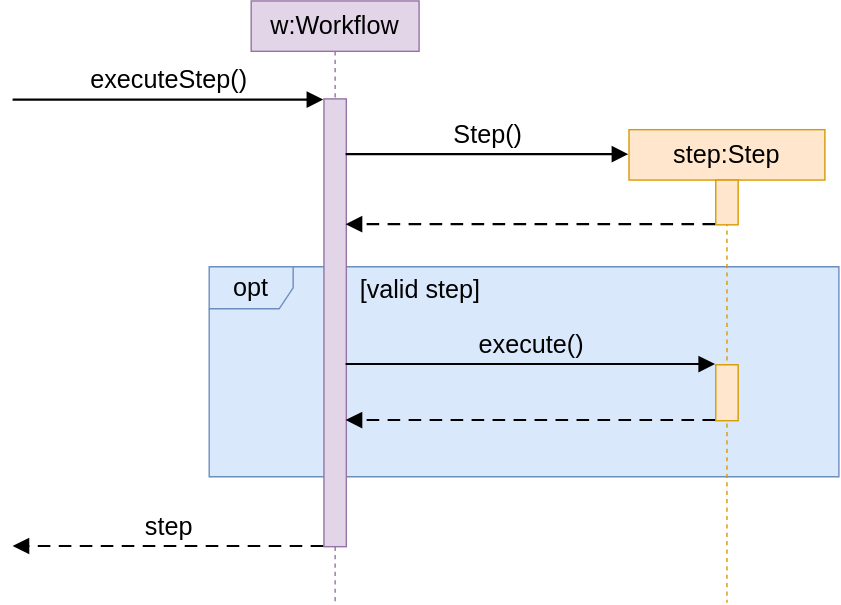
Earlier version of the draw.io export uml/sequenceDiagrams/introduction/images/workflow.svg (se-edu/se-book). Source tidied: cells renumbered, new cells last; positions are measured from the earlier drawing's top-left corner, leaving out a move shared by most shapes.
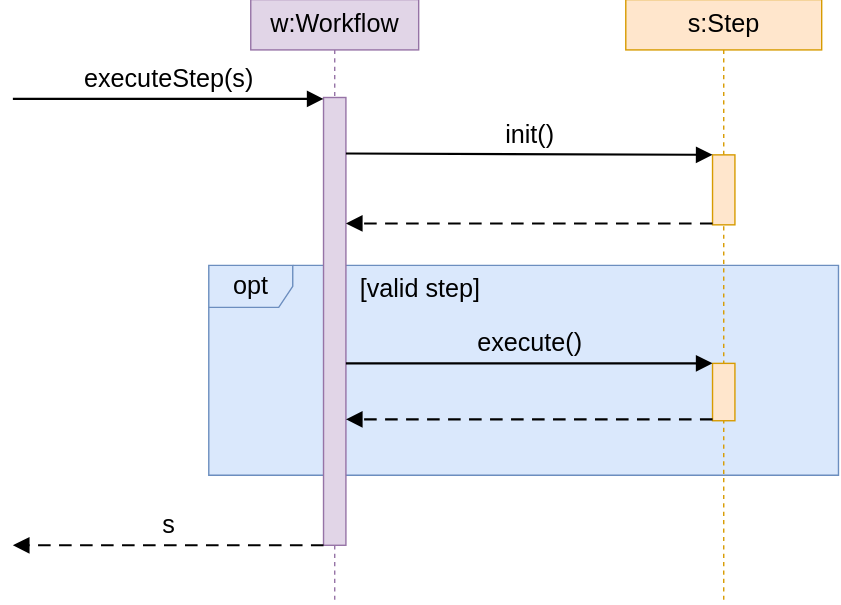
Later version of the same file.

Commit message:
uml/sd/what: Tweak example

Change to the diagram source:
```diff
@@ -14,38 +14,37 @@
     <mxCell id="5" style="html=1;points=[];perimeter=orthogonalPerimeter;outlineConnect=0;targetShapes=umlLifeline;portConstraint=eastwest;fillColor=#e1d5e7;strokeColor=#9673a6;" parent="4" vertex="1">
       <mxGeometry x="52" y="70" width="16" height="320" as="geometry" />
     </mxCell>
-    <mxCell id="6" value="step:Step" style="shape=umlLifeline;perimeter=lifelinePerimeter;whiteSpace=wrap;html=1;outlineConnect=0;portConstraint=eastwest;size=36;fillColor=#ffe6cc;strokeColor=#d79b00;fontColor=#000000;fontSize=18;fontFamily=Helvetica;" parent="1" vertex="1">
-      <mxGeometry x="440" y="92" width="140" height="338" as="geometry" />
+    <mxCell id="6" value="s:Step" style="shape=umlLifeline;perimeter=lifelinePerimeter;whiteSpace=wrap;html=1;outlineConnect=0;portConstraint=eastwest;size=36;fillColor=#ffe6cc;strokeColor=#d79b00;fontColor=#000000;fontSize=18;fontFamily=Helvetica;" parent="1" vertex="1">
+      <mxGeometry x="438" width="140" height="430" as="geometry" />
     </mxCell>
-    <mxCell id="7" style="html=1;points=[];perimeter=orthogonalPerimeter;outlineConnect=0;targetShapes=umlLifeline;portConstraint=eastwest;fillColor=#ffe6cc;strokeColor=#d79b00;" parent="6" vertex="1">
-      <mxGeometry x="62" y="36" width="16" height="32" as="geometry" />
-    </mxCell>
     <mxCell id="8" style="html=1;points=[];perimeter=orthogonalPerimeter;outlineConnect=0;targetShapes=umlLifeline;portConstraint=eastwest;fillColor=#ffe6cc;strokeColor=#d79b00;" parent="6" vertex="1">
-      <mxGeometry x="62" y="168" width="16" height="40" as="geometry" />
+      <mxGeometry x="62" y="260" width="16" height="41" as="geometry" />
     </mxCell>
+    <mxCell id="15" style="html=1;points=[];perimeter=orthogonalPerimeter;outlineConnect=0;targetShapes=umlLifeline;portConstraint=eastwest;fillColor=#ffe6cc;strokeColor=#d79b00;" parent="6" vertex="1">
+      <mxGeometry x="62" y="111" width="16" height="50" as="geometry" />
+    </mxCell>
-    <mxCell id="9" value="executeStep()" style="html=1;verticalAlign=bottom;labelBackgroundColor=none;endArrow=block;endFill=1;endSize=8;rounded=0;strokeColor=#000000;strokeWidth=1.5;fontColor=#000000;fontSize=18;fontFamily=Helvetica;entryX=0;entryY=0;entryDx=0;entryDy=10;entryPerimeter=0;" parent="1" edge="1">
+    <mxCell id="9" value="executeStep(s)" style="html=1;verticalAlign=bottom;labelBackgroundColor=none;endArrow=block;endFill=1;endSize=8;rounded=0;strokeColor=#000000;strokeWidth=1.5;fontColor=#000000;fontSize=18;fontFamily=Helvetica;entryX=0;entryY=0;entryDx=0;entryDy=10;entryPerimeter=0;" parent="1" edge="1">
       <mxGeometry relative="1" as="geometry">
         <mxPoint y="71" as="sourcePoint" />
         <mxPoint x="222" y="71" as="targetPoint" />
       </mxGeometry>
     </mxCell>
-    <mxCell id="10" value="Step()" style="html=1;verticalAlign=bottom;labelBackgroundColor=none;endArrow=block;endFill=1;endSize=8;rounded=0;strokeColor=#000000;strokeWidth=1.5;fontColor=#000000;fontSize=18;fontFamily=Helvetica;exitX=1;exitY=0;exitDx=0;exitDy=40;exitPerimeter=0;entryX=0;entryY=0;entryDx=0;entryDy=18;entryPerimeter=0;" parent="1" edge="1" source="5" target="6">
+    <mxCell id="10" value="init()" style="html=1;verticalAlign=bottom;labelBackgroundColor=none;endArrow=block;endFill=1;endSize=8;rounded=0;strokeColor=#000000;strokeWidth=1.5;fontColor=#000000;fontSize=18;fontFamily=Helvetica;exitX=1;exitY=0;exitDx=0;exitDy=40;exitPerimeter=0;" parent="1" edge="1" source="5" target="15">
       <mxGeometry relative="1" as="geometry" />
     </mxCell>
-    <mxCell id="11" style="html=1;verticalAlign=bottom;labelBackgroundColor=none;endArrow=block;endFill=1;endSize=8;rounded=0;strokeColor=#000000;strokeWidth=1.5;dashed=1;dashPattern=6 4;fontColor=#000000;fontSize=18;fontFamily=Helvetica;exitX=0;exitY=1;exitDx=0;exitDy=0;exitPerimeter=0;entryX=1;entryY=0;entryDx=0;entryDy=90;entryPerimeter=0;" parent="1" edge="1" source="7" target="5">
+    <mxCell id="11" style="html=1;verticalAlign=bottom;labelBackgroundColor=none;endArrow=block;endFill=1;endSize=8;rounded=0;strokeColor=#000000;strokeWidth=1.5;dashed=1;dashPattern=6 4;fontColor=#000000;fontSize=18;fontFamily=Helvetica;entryX=1;entryY=0;entryDx=0;entryDy=90;entryPerimeter=0;" parent="1" edge="1" source="15" target="5">
       <mxGeometry relative="1" as="geometry" />
     </mxCell>
     <mxCell id="12" value="execute()" style="html=1;verticalAlign=bottom;labelBackgroundColor=none;endArrow=block;endFill=1;endSize=8;rounded=0;strokeColor=#000000;strokeWidth=1.5;fontColor=#000000;fontSize=18;fontFamily=Helvetica;exitX=1;exitY=0;exitDx=0;exitDy=190;exitPerimeter=0;entryX=0;entryY=0;entryDx=0;entryDy=0;entryPerimeter=0;" parent="1" edge="1" source="5" target="8">
       <mxGeometry relative="1" as="geometry" />
     </mxCell>
-    <mxCell id="13" value="step" style="html=1;verticalAlign=bottom;labelBackgroundColor=none;endArrow=block;endFill=1;endSize=8;rounded=0;strokeColor=#000000;strokeWidth=1.5;dashed=1;dashPattern=6 4;fontColor=#000000;fontSize=18;fontFamily=Helvetica;exitX=0;exitY=1;exitDx=0;exitDy=0;exitPerimeter=0;" parent="1" edge="1" source="5">
+    <mxCell id="13" value="s" style="html=1;verticalAlign=bottom;labelBackgroundColor=none;endArrow=block;endFill=1;endSize=8;rounded=0;strokeColor=#000000;strokeWidth=1.5;dashed=1;dashPattern=6 4;fontColor=#000000;fontSize=18;fontFamily=Helvetica;exitX=0;exitY=1;exitDx=0;exitDy=0;exitPerimeter=0;" parent="1" edge="1" source="5">
       <mxGeometry relative="1" as="geometry">
         <mxPoint y="390" as="targetPoint" />
       </mxGeometry>
     </mxCell>
-    <mxCell id="14" style="html=1;verticalAlign=bottom;labelBackgroundColor=none;endArrow=block;endFill=1;endSize=8;rounded=0;strokeColor=#000000;strokeWidth=1.5;dashed=1;dashPattern=6 4;fontColor=#000000;fontSize=18;fontFamily=Helvetica;" parent="1" edge="1">
+    <mxCell id="14" style="html=1;verticalAlign=bottom;labelBackgroundColor=none;endArrow=block;endFill=1;endSize=8;rounded=0;strokeColor=#000000;strokeWidth=1.5;dashed=1;dashPattern=6 4;fontColor=#000000;fontSize=18;fontFamily=Helvetica;" parent="1" edge="1" source="8">
       <mxGeometry relative="1" as="geometry">
-        <mxPoint x="502" y="300" as="sourcePoint" />
         <mxPoint x="238" y="300" as="targetPoint" />
       </mxGeometry>
     </mxCell>
```
